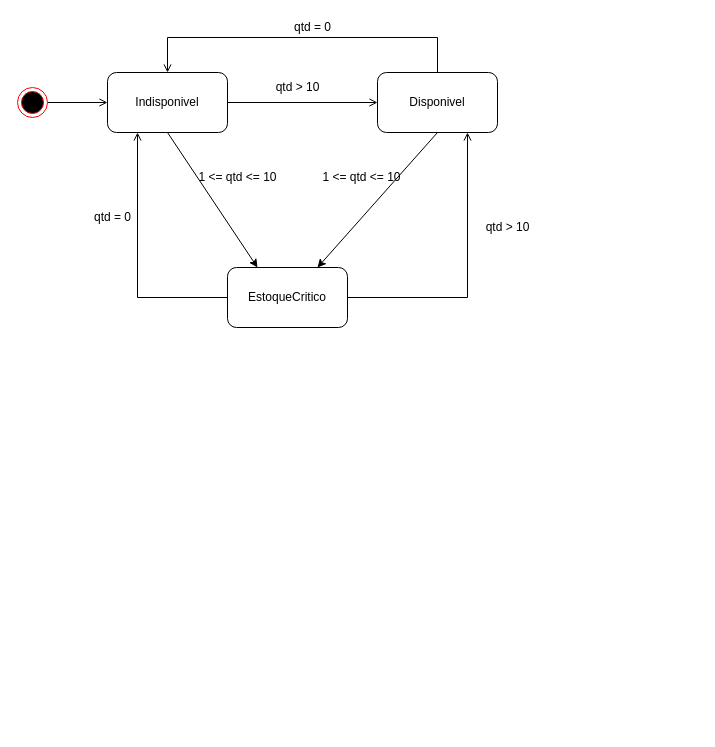
annaletycia/POO1 keeps this draw.io diagram as Prova1State.drawio. Above is the earlier version. Source tidied: cells renumbered, new cells numbered last; positions are measured from the earlier drawing's top-left corner, leaving out a move shared by most shapes. Both pictures are drawn from the tidied source at 100%, with x=0, y=0 at pixel (17, 17).
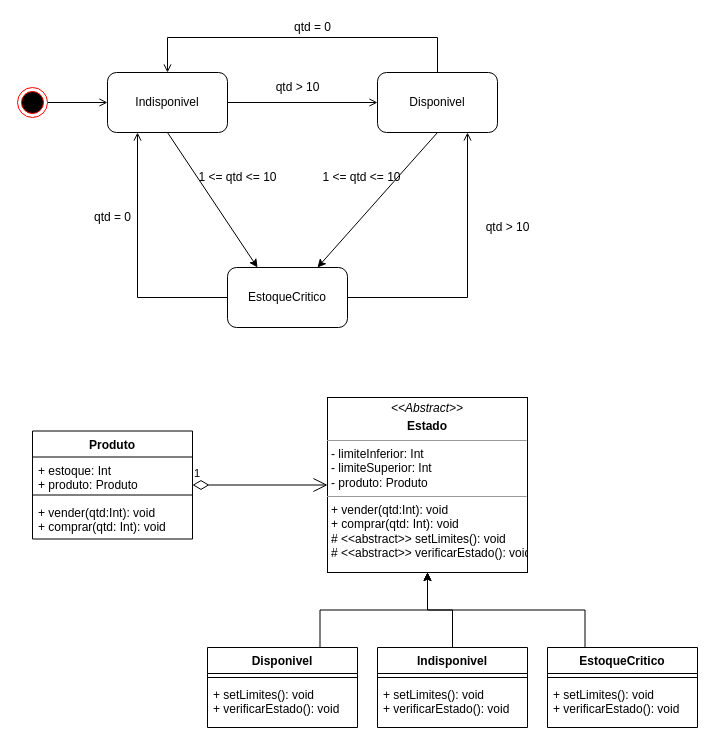
The same diagram, later.

The edit, as a diff of the source:
```diff
@@
+    <mxCell id="24" style="edgeStyle=orthogonalEdgeStyle;rounded=0;jettySize=auto;html=1;exitX=0.5;exitY=0;exitDx=0;exitDy=0;" parent="1" edge="1" source="25" target="28">
+      <mxGeometry relative="1" as="geometry" />
+    </mxCell>
+    <mxCell id="25" value="Indisponivel" style="swimlane;fontStyle=1;align=center;verticalAlign=top;horizontal=1;startSize=26;" parent="1" vertex="1">
+      <mxGeometry x="360" y="630" width="150" height="80" as="geometry" />
+    </mxCell>
+    <mxCell id="26" style="line;strokeWidth=1;fillColor=none;align=left;verticalAlign=middle;spacingTop=-1;spacingLeft=3;spacingRight=3;labelPosition=right;" parent="25" vertex="1">
+      <mxGeometry y="26" width="150" height="8" as="geometry" />
+    </mxCell>
+    <mxCell id="27" value="+ setLimites(): void&#10;+ verificarEstado(): void" style="text;strokeColor=none;fillColor=none;align=left;verticalAlign=top;spacingLeft=4;spacingRight=4;overflow=hidden;" parent="25" vertex="1">
+      <mxGeometry y="34" width="150" height="46" as="geometry" />
+    </mxCell>
+    <mxCell id="28" value="&lt;p style=&quot;margin: 0px ; margin-top: 4px ; text-align: center&quot;&gt;&lt;i&gt;&amp;lt;&amp;lt;Abstract&amp;gt;&amp;gt;&lt;/i&gt;&lt;/p&gt;&lt;p style=&quot;margin: 0px ; margin-top: 4px ; text-align: center&quot;&gt;&lt;b&gt;Estado&lt;/b&gt;&lt;br&gt;&lt;b&gt;&lt;/b&gt;&lt;/p&gt;&lt;hr size=&quot;1&quot;&gt;&lt;p style=&quot;margin: 0px ; margin-left: 4px&quot;&gt;- limiteInferior: Int&lt;br&gt;- limiteSuperior: Int&lt;/p&gt;&lt;p style=&quot;margin: 0px ; margin-left: 4px&quot;&gt;- produto: Produto&lt;/p&gt;&lt;hr size=&quot;1&quot;&gt;&lt;p style=&quot;margin: 0px ; margin-left: 4px&quot;&gt;+ vender(qtd:Int): void&lt;br&gt;+ comprar(qtd: Int): void&lt;/p&gt;&lt;p style=&quot;margin: 0px ; margin-left: 4px&quot;&gt;# &amp;lt;&amp;lt;abstract&amp;gt;&amp;gt; setLimites(): void&lt;/p&gt;&lt;p style=&quot;margin: 0px ; margin-left: 4px&quot;&gt;# &amp;lt;&amp;lt;abstract&amp;gt;&amp;gt; verificarEstado(): void&lt;/p&gt;" style="verticalAlign=top;align=left;overflow=fill;fontSize=12;fontFamily=Helvetica;html=1;" parent="1" vertex="1">
+      <mxGeometry x="310" y="380" width="200" height="175" as="geometry" />
+    </mxCell>
+    <mxCell id="29" style="edgeStyle=orthogonalEdgeStyle;rounded=0;jettySize=auto;html=1;exitX=0.75;exitY=0;exitDx=0;exitDy=0;entryX=0.5;entryY=1;entryDx=0;entryDy=0;" parent="1" edge="1" source="30" target="28">
+      <mxGeometry relative="1" as="geometry" />
+    </mxCell>
+    <mxCell id="30" value="Disponivel" style="swimlane;fontStyle=1;align=center;verticalAlign=top;horizontal=1;startSize=26;" parent="1" vertex="1">
+      <mxGeometry x="190" y="630" width="150" height="80" as="geometry" />
+    </mxCell>
+    <mxCell id="31" style="line;strokeWidth=1;fillColor=none;align=left;verticalAlign=middle;spacingTop=-1;spacingLeft=3;spacingRight=3;labelPosition=right;" parent="30" vertex="1">
+      <mxGeometry y="26" width="150" height="8" as="geometry" />
+    </mxCell>
+    <mxCell id="32" value="+ setLimites(): void&#10;+ verificarEstado(): void" style="text;strokeColor=none;fillColor=none;align=left;verticalAlign=top;spacingLeft=4;spacingRight=4;overflow=hidden;" parent="30" vertex="1">
+      <mxGeometry y="34" width="150" height="46" as="geometry" />
+    </mxCell>
+    <mxCell id="33" style="edgeStyle=orthogonalEdgeStyle;rounded=0;jettySize=auto;html=1;exitX=0.25;exitY=0;exitDx=0;exitDy=0;entryX=0.5;entryY=1;entryDx=0;entryDy=0;" parent="1" edge="1" source="34" target="28">
+      <mxGeometry relative="1" as="geometry" />
+    </mxCell>
+    <mxCell id="34" value="EstoqueCritico" style="swimlane;fontStyle=1;align=center;verticalAlign=top;horizontal=1;startSize=26;" parent="1" vertex="1">
+      <mxGeometry x="530" y="630" width="150" height="80" as="geometry" />
+    </mxCell>
+    <mxCell id="35" style="line;strokeWidth=1;fillColor=none;align=left;verticalAlign=middle;spacingTop=-1;spacingLeft=3;spacingRight=3;labelPosition=right;" parent="34" vertex="1">
+      <mxGeometry y="26" width="150" height="8" as="geometry" />
+    </mxCell>
+    <mxCell id="36" value="+ setLimites(): void&#10;+ verificarEstado(): void" style="text;strokeColor=none;fillColor=none;align=left;verticalAlign=top;spacingLeft=4;spacingRight=4;overflow=hidden;" parent="34" vertex="1">
+      <mxGeometry y="34" width="150" height="46" as="geometry" />
+    </mxCell>
+    <mxCell id="37" value="Produto" style="swimlane;fontStyle=1;align=center;verticalAlign=top;horizontal=1;startSize=26;" parent="1" vertex="1">
+      <mxGeometry x="15" y="413.5" width="160" height="108" as="geometry" />
+    </mxCell>
+    <mxCell id="38" value="+ estoque: Int&#10;+ produto: Produto&#10;" style="text;strokeColor=none;fillColor=none;align=left;verticalAlign=top;spacingLeft=4;spacingRight=4;overflow=hidden;" parent="37" vertex="1">
+      <mxGeometry y="26" width="160" height="34" as="geometry" />
+    </mxCell>
+    <mxCell id="39" style="line;strokeWidth=1;fillColor=none;align=left;verticalAlign=middle;spacingTop=-1;spacingLeft=3;spacingRight=3;labelPosition=right;" parent="37" vertex="1">
+      <mxGeometry y="60" width="160" height="8" as="geometry" />
+    </mxCell>
+    <mxCell id="40" value="+ vender(qtd:Int): void&#10;+ comprar(qtd: Int): void" style="text;strokeColor=none;fillColor=none;align=left;verticalAlign=top;spacingLeft=4;spacingRight=4;overflow=hidden;" parent="37" vertex="1">
+      <mxGeometry y="68" width="160" height="40" as="geometry" />
+    </mxCell>
+    <mxCell id="41" value="1" style="endArrow=open;html=1;endSize=12;startArrow=diamondThin;startSize=14;startFill=0;edgeStyle=orthogonalEdgeStyle;align=left;verticalAlign=bottom;rounded=0;exitX=1;exitY=0.5;exitDx=0;exitDy=0;entryX=0;entryY=0.5;entryDx=0;entryDy=0;" parent="1" edge="1" source="37" target="28">
+      <mxGeometry x="-1" y="3" relative="1" as="geometry" />
+    </mxCell>
```
